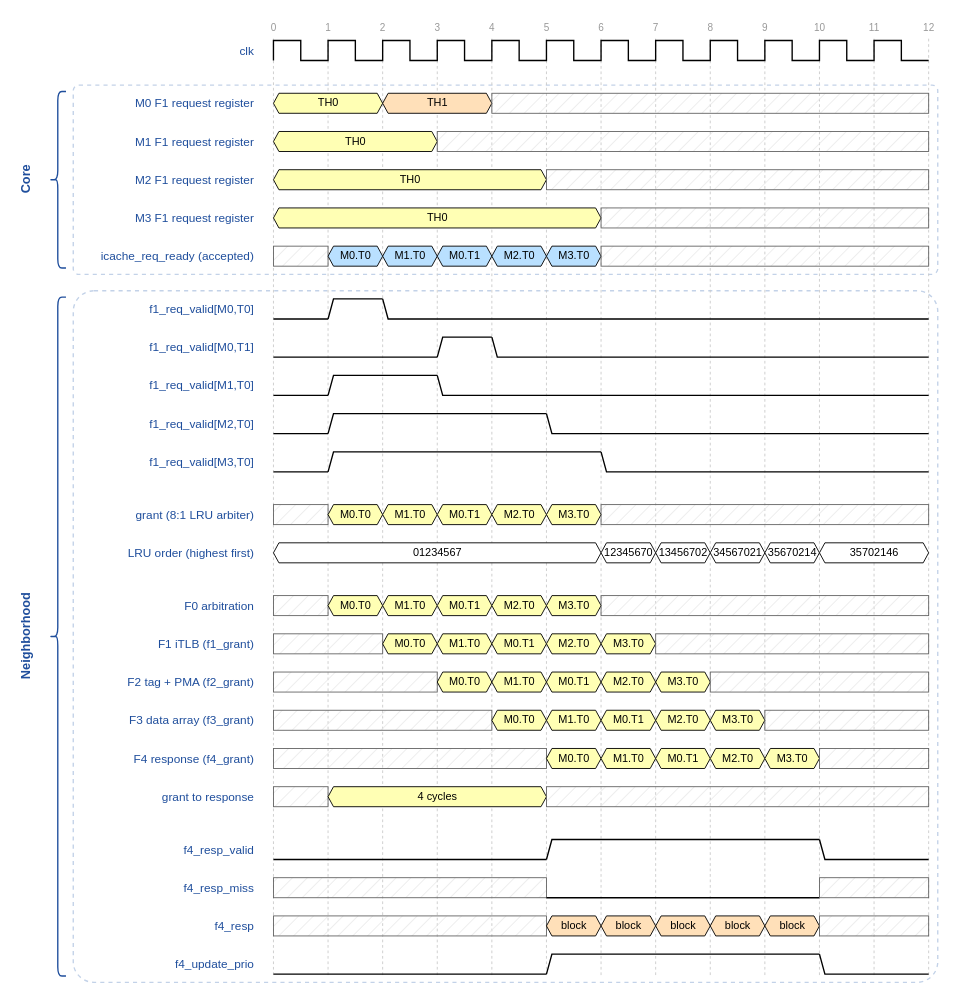
Earlier version of the draw.io diagram docs/uarch_spec/images/ch03/src/td-l0-arb.drawio (10x-Engineers/core-et). Source tidied: cells renumbered, new cells numbered last; positions are measured from the earlier drawing's top-left corner, leaving out a move shared by most shapes. Both pictures are drawn from the tidied source at 91%, with x=0, y=0 at pixel (-314, 15).
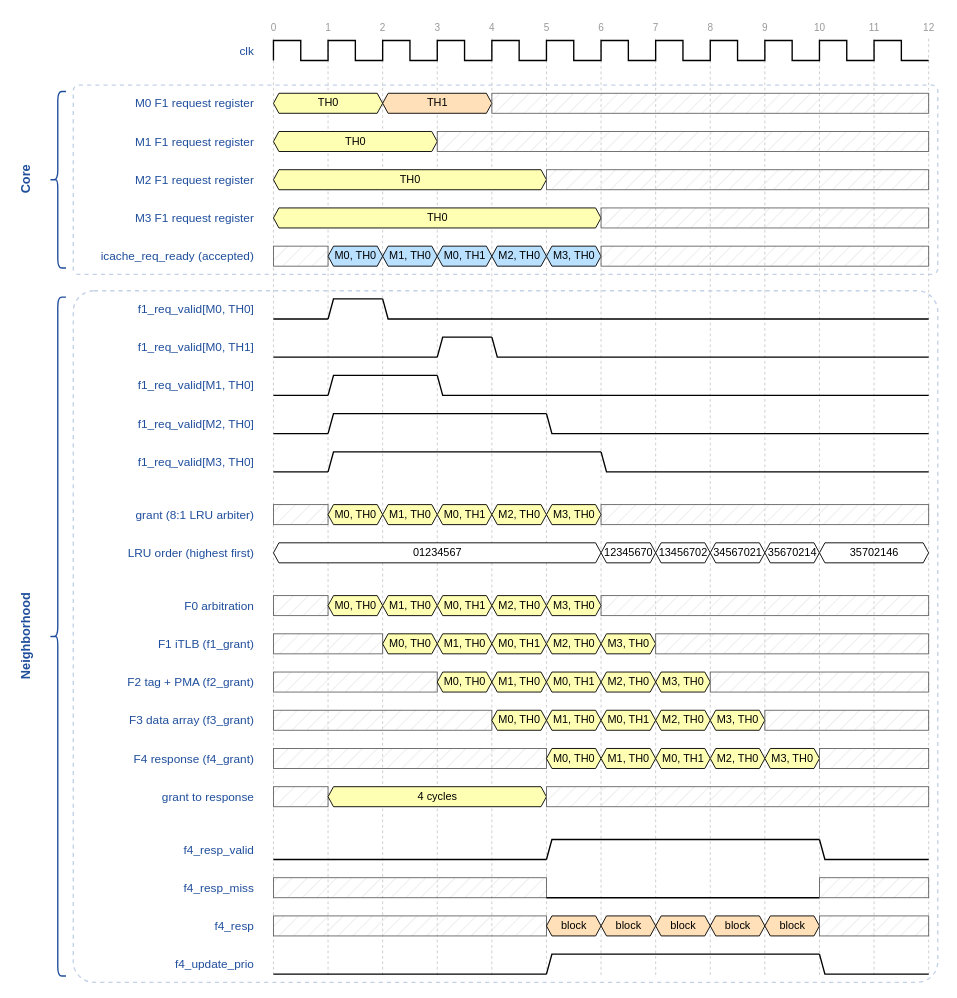
After the change.

Diff of the diagram source:
```diff
@@
-    <mxCell id="51" value="M0.T0" style="shape=hexagon;perimeter=hexagonPerimeter2;size=6;fixedSize=1;html=1;fontSize=12;fillColor=#b9e0ff;strokeColor=#000000;" parent="1" vertex="1">
+    <mxCell id="51" value="M0, TH0" style="shape=hexagon;perimeter=hexagonPerimeter2;size=6;fixedSize=1;html=1;fontSize=12;fillColor=#b9e0ff;strokeColor=#000000;" parent="1" vertex="1">
       <mxGeometry x="705" y="253" width="60" height="22" as="geometry" />
     </mxCell>
-    <mxCell id="52" value="M1.T0" style="shape=hexagon;perimeter=hexagonPerimeter2;size=6;fixedSize=1;html=1;fontSize=12;fillColor=#b9e0ff;strokeColor=#000000;" parent="1" vertex="1">
+    <mxCell id="52" value="M1, TH0" style="shape=hexagon;perimeter=hexagonPerimeter2;size=6;fixedSize=1;html=1;fontSize=12;fillColor=#b9e0ff;strokeColor=#000000;" parent="1" vertex="1">
       <mxGeometry x="765" y="253" width="60" height="22" as="geometry" />
     </mxCell>
-    <mxCell id="53" value="M0.T1" style="shape=hexagon;perimeter=hexagonPerimeter2;size=6;fixedSize=1;html=1;fontSize=12;fillColor=#b9e0ff;strokeColor=#000000;" parent="1" vertex="1">
+    <mxCell id="53" value="M0, TH1" style="shape=hexagon;perimeter=hexagonPerimeter2;size=6;fixedSize=1;html=1;fontSize=12;fillColor=#b9e0ff;strokeColor=#000000;" parent="1" vertex="1">
       <mxGeometry x="825" y="253" width="60" height="22" as="geometry" />
     </mxCell>
-    <mxCell id="54" value="M2.T0" style="shape=hexagon;perimeter=hexagonPerimeter2;size=6;fixedSize=1;html=1;fontSize=12;fillColor=#b9e0ff;strokeColor=#000000;" parent="1" vertex="1">
+    <mxCell id="54" value="M2, TH0" style="shape=hexagon;perimeter=hexagonPerimeter2;size=6;fixedSize=1;html=1;fontSize=12;fillColor=#b9e0ff;strokeColor=#000000;" parent="1" vertex="1">
       <mxGeometry x="885" y="253" width="60" height="22" as="geometry" />
     </mxCell>
-    <mxCell id="55" value="M3.T0" style="shape=hexagon;perimeter=hexagonPerimeter2;size=6;fixedSize=1;html=1;fontSize=12;fillColor=#b9e0ff;strokeColor=#000000;" parent="1" vertex="1">
+    <mxCell id="55" value="M3, TH0" style="shape=hexagon;perimeter=hexagonPerimeter2;size=6;fixedSize=1;html=1;fontSize=12;fillColor=#b9e0ff;strokeColor=#000000;" parent="1" vertex="1">
       <mxGeometry x="945" y="253" width="60" height="22" as="geometry" />
     </mxCell>
@@
-    <mxCell id="57" value="f1_req_valid[M0,T0]" style="text;html=1;align=right;verticalAlign=middle;fontSize=13;fontColor=#1f4e9c;" parent="1" vertex="1">
+    <mxCell id="57" value="f1_req_valid[M0, TH0]" style="text;html=1;align=right;verticalAlign=middle;fontSize=13;fontColor=#1f4e9c;" parent="1" vertex="1">
       <mxGeometry x="435" y="309" width="190" height="26" as="geometry" />
     </mxCell>
@@
-    <mxCell id="61" value="f1_req_valid[M0,T1]" style="text;html=1;align=right;verticalAlign=middle;fontSize=13;fontColor=#1f4e9c;" parent="1" vertex="1">
+    <mxCell id="61" value="f1_req_valid[M0, TH1]" style="text;html=1;align=right;verticalAlign=middle;fontSize=13;fontColor=#1f4e9c;" parent="1" vertex="1">
       <mxGeometry x="435" y="351" width="190" height="26" as="geometry" />
     </mxCell>
@@
-    <mxCell id="65" value="f1_req_valid[M1,T0]" style="text;html=1;align=right;verticalAlign=middle;fontSize=13;fontColor=#1f4e9c;" parent="1" vertex="1">
+    <mxCell id="65" value="f1_req_valid[M1, TH0]" style="text;html=1;align=right;verticalAlign=middle;fontSize=13;fontColor=#1f4e9c;" parent="1" vertex="1">
       <mxGeometry x="435" y="393" width="190" height="26" as="geometry" />
     </mxCell>
@@
-    <mxCell id="69" value="f1_req_valid[M2,T0]" style="text;html=1;align=right;verticalAlign=middle;fontSize=13;fontColor=#1f4e9c;" parent="1" vertex="1">
+    <mxCell id="69" value="f1_req_valid[M2, TH0]" style="text;html=1;align=right;verticalAlign=middle;fontSize=13;fontColor=#1f4e9c;" parent="1" vertex="1">
       <mxGeometry x="435" y="435" width="190" height="26" as="geometry" />
     </mxCell>
@@
-    <mxCell id="73" value="f1_req_valid[M3,T0]" style="text;html=1;align=right;verticalAlign=middle;fontSize=13;fontColor=#1f4e9c;" parent="1" vertex="1">
+    <mxCell id="73" value="f1_req_valid[M3, TH0]" style="text;html=1;align=right;verticalAlign=middle;fontSize=13;fontColor=#1f4e9c;" parent="1" vertex="1">
       <mxGeometry x="435" y="477" width="190" height="26" as="geometry" />
     </mxCell>
@@
-    <mxCell id="79" value="M0.T0" style="shape=hexagon;perimeter=hexagonPerimeter2;size=6;fixedSize=1;html=1;fontSize=12;fillColor=#ffffb4;strokeColor=#000000;" parent="1" vertex="1">
+    <mxCell id="79" value="M0, TH0" style="shape=hexagon;perimeter=hexagonPerimeter2;size=6;fixedSize=1;html=1;fontSize=12;fillColor=#ffffb4;strokeColor=#000000;" parent="1" vertex="1">
       <mxGeometry x="705" y="537" width="60" height="22" as="geometry" />
     </mxCell>
-    <mxCell id="80" value="M1.T0" style="shape=hexagon;perimeter=hexagonPerimeter2;size=6;fixedSize=1;html=1;fontSize=12;fillColor=#ffffb4;strokeColor=#000000;" parent="1" vertex="1">
+    <mxCell id="80" value="M1, TH0" style="shape=hexagon;perimeter=hexagonPerimeter2;size=6;fixedSize=1;html=1;fontSize=12;fillColor=#ffffb4;strokeColor=#000000;" parent="1" vertex="1">
       <mxGeometry x="765" y="537" width="60" height="22" as="geometry" />
     </mxCell>
-    <mxCell id="81" value="M0.T1" style="shape=hexagon;perimeter=hexagonPerimeter2;size=6;fixedSize=1;html=1;fontSize=12;fillColor=#ffffb4;strokeColor=#000000;" parent="1" vertex="1">
+    <mxCell id="81" value="M0, TH1" style="shape=hexagon;perimeter=hexagonPerimeter2;size=6;fixedSize=1;html=1;fontSize=12;fillColor=#ffffb4;strokeColor=#000000;" parent="1" vertex="1">
       <mxGeometry x="825" y="537" width="60" height="22" as="geometry" />
     </mxCell>
-    <mxCell id="82" value="M2.T0" style="shape=hexagon;perimeter=hexagonPerimeter2;size=6;fixedSize=1;html=1;fontSize=12;fillColor=#ffffb4;strokeColor=#000000;" parent="1" vertex="1">
+    <mxCell id="82" value="M2, TH0" style="shape=hexagon;perimeter=hexagonPerimeter2;size=6;fixedSize=1;html=1;fontSize=12;fillColor=#ffffb4;strokeColor=#000000;" parent="1" vertex="1">
       <mxGeometry x="885" y="537" width="60" height="22" as="geometry" />
     </mxCell>
-    <mxCell id="83" value="M3.T0" style="shape=hexagon;perimeter=hexagonPerimeter2;size=6;fixedSize=1;html=1;fontSize=12;fillColor=#ffffb4;strokeColor=#000000;" parent="1" vertex="1">
+    <mxCell id="83" value="M3, TH0" style="shape=hexagon;perimeter=hexagonPerimeter2;size=6;fixedSize=1;html=1;fontSize=12;fillColor=#ffffb4;strokeColor=#000000;" parent="1" vertex="1">
       <mxGeometry x="945" y="537" width="60" height="22" as="geometry" />
     </mxCell>
@@
-    <mxCell id="94" value="M0.T0" style="shape=hexagon;perimeter=hexagonPerimeter2;size=6;fixedSize=1;html=1;fontSize=12;fillColor=#ffffb4;strokeColor=#000000;" parent="1" vertex="1">
+    <mxCell id="94" value="M0, TH0" style="shape=hexagon;perimeter=hexagonPerimeter2;size=6;fixedSize=1;html=1;fontSize=12;fillColor=#ffffb4;strokeColor=#000000;" parent="1" vertex="1">
       <mxGeometry x="705" y="637" width="60" height="22" as="geometry" />
     </mxCell>
-    <mxCell id="95" value="M1.T0" style="shape=hexagon;perimeter=hexagonPerimeter2;size=6;fixedSize=1;html=1;fontSize=12;fillColor=#ffffb4;strokeColor=#000000;" parent="1" vertex="1">
+    <mxCell id="95" value="M1, TH0" style="shape=hexagon;perimeter=hexagonPerimeter2;size=6;fixedSize=1;html=1;fontSize=12;fillColor=#ffffb4;strokeColor=#000000;" parent="1" vertex="1">
       <mxGeometry x="765" y="637" width="60" height="22" as="geometry" />
     </mxCell>
-    <mxCell id="96" value="M0.T1" style="shape=hexagon;perimeter=hexagonPerimeter2;size=6;fixedSize=1;html=1;fontSize=12;fillColor=#ffffb4;strokeColor=#000000;" parent="1" vertex="1">
+    <mxCell id="96" value="M0, TH1" style="shape=hexagon;perimeter=hexagonPerimeter2;size=6;fixedSize=1;html=1;fontSize=12;fillColor=#ffffb4;strokeColor=#000000;" parent="1" vertex="1">
       <mxGeometry x="825" y="637" width="60" height="22" as="geometry" />
     </mxCell>
-    <mxCell id="97" value="M2.T0" style="shape=hexagon;perimeter=hexagonPerimeter2;size=6;fixedSize=1;html=1;fontSize=12;fillColor=#ffffb4;strokeColor=#000000;" parent="1" vertex="1">
+    <mxCell id="97" value="M2, TH0" style="shape=hexagon;perimeter=hexagonPerimeter2;size=6;fixedSize=1;html=1;fontSize=12;fillColor=#ffffb4;strokeColor=#000000;" parent="1" vertex="1">
       <mxGeometry x="885" y="637" width="60" height="22" as="geometry" />
     </mxCell>
-    <mxCell id="98" value="M3.T0" style="shape=hexagon;perimeter=hexagonPerimeter2;size=6;fixedSize=1;html=1;fontSize=12;fillColor=#ffffb4;strokeColor=#000000;" parent="1" vertex="1">
+    <mxCell id="98" value="M3, TH0" style="shape=hexagon;perimeter=hexagonPerimeter2;size=6;fixedSize=1;html=1;fontSize=12;fillColor=#ffffb4;strokeColor=#000000;" parent="1" vertex="1">
       <mxGeometry x="945" y="637" width="60" height="22" as="geometry" />
     </mxCell>
@@
-    <mxCell id="102" value="M0.T0" style="shape=hexagon;perimeter=hexagonPerimeter2;size=6;fixedSize=1;html=1;fontSize=12;fillColor=#ffffb4;strokeColor=#000000;" parent="1" vertex="1">
+    <mxCell id="102" value="M0, TH0" style="shape=hexagon;perimeter=hexagonPerimeter2;size=6;fixedSize=1;html=1;fontSize=12;fillColor=#ffffb4;strokeColor=#000000;" parent="1" vertex="1">
       <mxGeometry x="765" y="679" width="60" height="22" as="geometry" />
     </mxCell>
-    <mxCell id="103" value="M1.T0" style="shape=hexagon;perimeter=hexagonPerimeter2;size=6;fixedSize=1;html=1;fontSize=12;fillColor=#ffffb4;strokeColor=#000000;" parent="1" vertex="1">
+    <mxCell id="103" value="M1, TH0" style="shape=hexagon;perimeter=hexagonPerimeter2;size=6;fixedSize=1;html=1;fontSize=12;fillColor=#ffffb4;strokeColor=#000000;" parent="1" vertex="1">
       <mxGeometry x="825" y="679" width="60" height="22" as="geometry" />
     </mxCell>
-    <mxCell id="104" value="M0.T1" style="shape=hexagon;perimeter=hexagonPerimeter2;size=6;fixedSize=1;html=1;fontSize=12;fillColor=#ffffb4;strokeColor=#000000;" parent="1" vertex="1">
+    <mxCell id="104" value="M0, TH1" style="shape=hexagon;perimeter=hexagonPerimeter2;size=6;fixedSize=1;html=1;fontSize=12;fillColor=#ffffb4;strokeColor=#000000;" parent="1" vertex="1">
       <mxGeometry x="885" y="679" width="60" height="22" as="geometry" />
     </mxCell>
-    <mxCell id="105" value="M2.T0" style="shape=hexagon;perimeter=hexagonPerimeter2;size=6;fixedSize=1;html=1;fontSize=12;fillColor=#ffffb4;strokeColor=#000000;" parent="1" vertex="1">
+    <mxCell id="105" value="M2, TH0" style="shape=hexagon;perimeter=hexagonPerimeter2;size=6;fixedSize=1;html=1;fontSize=12;fillColor=#ffffb4;strokeColor=#000000;" parent="1" vertex="1">
       <mxGeometry x="945" y="679" width="60" height="22" as="geometry" />
     </mxCell>
-    <mxCell id="106" value="M3.T0" style="shape=hexagon;perimeter=hexagonPerimeter2;size=6;fixedSize=1;html=1;fontSize=12;fillColor=#ffffb4;strokeColor=#000000;" parent="1" vertex="1">
+    <mxCell id="106" value="M3, TH0" style="shape=hexagon;perimeter=hexagonPerimeter2;size=6;fixedSize=1;html=1;fontSize=12;fillColor=#ffffb4;strokeColor=#000000;" parent="1" vertex="1">
       <mxGeometry x="1005" y="679" width="60" height="22" as="geometry" />
     </mxCell>
@@
-    <mxCell id="110" value="M0.T0" style="shape=hexagon;perimeter=hexagonPerimeter2;size=6;fixedSize=1;html=1;fontSize=12;fillColor=#ffffb4;strokeColor=#000000;" parent="1" vertex="1">
+    <mxCell id="110" value="M0, TH0" style="shape=hexagon;perimeter=hexagonPerimeter2;size=6;fixedSize=1;html=1;fontSize=12;fillColor=#ffffb4;strokeColor=#000000;" parent="1" vertex="1">
       <mxGeometry x="825" y="721" width="60" height="22" as="geometry" />
     </mxCell>
-    <mxCell id="111" value="M1.T0" style="shape=hexagon;perimeter=hexagonPerimeter2;size=6;fixedSize=1;html=1;fontSize=12;fillColor=#ffffb4;strokeColor=#000000;" parent="1" vertex="1">
+    <mxCell id="111" value="M1, TH0" style="shape=hexagon;perimeter=hexagonPerimeter2;size=6;fixedSize=1;html=1;fontSize=12;fillColor=#ffffb4;strokeColor=#000000;" parent="1" vertex="1">
       <mxGeometry x="885" y="721" width="60" height="22" as="geometry" />
     </mxCell>
-    <mxCell id="112" value="M0.T1" style="shape=hexagon;perimeter=hexagonPerimeter2;size=6;fixedSize=1;html=1;fontSize=12;fillColor=#ffffb4;strokeColor=#000000;" parent="1" vertex="1">
+    <mxCell id="112" value="M0, TH1" style="shape=hexagon;perimeter=hexagonPerimeter2;size=6;fixedSize=1;html=1;fontSize=12;fillColor=#ffffb4;strokeColor=#000000;" parent="1" vertex="1">
       <mxGeometry x="945" y="721" width="60" height="22" as="geometry" />
     </mxCell>
-    <mxCell id="113" value="M2.T0" style="shape=hexagon;perimeter=hexagonPerimeter2;size=6;fixedSize=1;html=1;fontSize=12;fillColor=#ffffb4;strokeColor=#000000;" parent="1" vertex="1">
+    <mxCell id="113" value="M2, TH0" style="shape=hexagon;perimeter=hexagonPerimeter2;size=6;fixedSize=1;html=1;fontSize=12;fillColor=#ffffb4;strokeColor=#000000;" parent="1" vertex="1">
       <mxGeometry x="1005" y="721" width="60" height="22" as="geometry" />
     </mxCell>
-    <mxCell id="114" value="M3.T0" style="shape=hexagon;perimeter=hexagonPerimeter2;size=6;fixedSize=1;html=1;fontSize=12;fillColor=#ffffb4;strokeColor=#000000;" parent="1" vertex="1">
+    <mxCell id="114" value="M3, TH0" style="shape=hexagon;perimeter=hexagonPerimeter2;size=6;fixedSize=1;html=1;fontSize=12;fillColor=#ffffb4;strokeColor=#000000;" parent="1" vertex="1">
       <mxGeometry x="1065" y="721" width="60" height="22" as="geometry" />
     </mxCell>
@@
-    <mxCell id="118" value="M0.T0" style="shape=hexagon;perimeter=hexagonPerimeter2;size=6;fixedSize=1;html=1;fontSize=12;fillColor=#ffffb4;strokeColor=#000000;" parent="1" vertex="1">
+    <mxCell id="118" value="M0, TH0" style="shape=hexagon;perimeter=hexagonPerimeter2;size=6;fixedSize=1;html=1;fontSize=12;fillColor=#ffffb4;strokeColor=#000000;" parent="1" vertex="1">
       <mxGeometry x="885" y="763" width="60" height="22" as="geometry" />
     </mxCell>
-    <mxCell id="119" value="M1.T0" style="shape=hexagon;perimeter=hexagonPerimeter2;size=6;fixedSize=1;html=1;fontSize=12;fillColor=#ffffb4;strokeColor=#000000;" parent="1" vertex="1">
+    <mxCell id="119" value="M1, TH0" style="shape=hexagon;perimeter=hexagonPerimeter2;size=6;fixedSize=1;html=1;fontSize=12;fillColor=#ffffb4;strokeColor=#000000;" parent="1" vertex="1">
       <mxGeometry x="945" y="763" width="60" height="22" as="geometry" />
     </mxCell>
-    <mxCell id="120" value="M0.T1" style="shape=hexagon;perimeter=hexagonPerimeter2;size=6;fixedSize=1;html=1;fontSize=12;fillColor=#ffffb4;strokeColor=#000000;" parent="1" vertex="1">
+    <mxCell id="120" value="M0, TH1" style="shape=hexagon;perimeter=hexagonPerimeter2;size=6;fixedSize=1;html=1;fontSize=12;fillColor=#ffffb4;strokeColor=#000000;" parent="1" vertex="1">
       <mxGeometry x="1005" y="763" width="60" height="22" as="geometry" />
     </mxCell>
-    <mxCell id="121" value="M2.T0" style="shape=hexagon;perimeter=hexagonPerimeter2;size=6;fixedSize=1;html=1;fontSize=12;fillColor=#ffffb4;strokeColor=#000000;" parent="1" vertex="1">
+    <mxCell id="121" value="M2, TH0" style="shape=hexagon;perimeter=hexagonPerimeter2;size=6;fixedSize=1;html=1;fontSize=12;fillColor=#ffffb4;strokeColor=#000000;" parent="1" vertex="1">
       <mxGeometry x="1065" y="763" width="60" height="22" as="geometry" />
     </mxCell>
-    <mxCell id="122" value="M3.T0" style="shape=hexagon;perimeter=hexagonPerimeter2;size=6;fixedSize=1;html=1;fontSize=12;fillColor=#ffffb4;strokeColor=#000000;" parent="1" vertex="1">
+    <mxCell id="122" value="M3, TH0" style="shape=hexagon;perimeter=hexagonPerimeter2;size=6;fixedSize=1;html=1;fontSize=12;fillColor=#ffffb4;strokeColor=#000000;" parent="1" vertex="1">
       <mxGeometry x="1125" y="763" width="60" height="22" as="geometry" />
     </mxCell>
@@
-    <mxCell id="126" value="M0.T0" style="shape=hexagon;perimeter=hexagonPerimeter2;size=6;fixedSize=1;html=1;fontSize=12;fillColor=#ffffb4;strokeColor=#000000;" parent="1" vertex="1">
+    <mxCell id="126" value="M0, TH0" style="shape=hexagon;perimeter=hexagonPerimeter2;size=6;fixedSize=1;html=1;fontSize=12;fillColor=#ffffb4;strokeColor=#000000;" parent="1" vertex="1">
       <mxGeometry x="945" y="805" width="60" height="22" as="geometry" />
     </mxCell>
-    <mxCell id="127" value="M1.T0" style="shape=hexagon;perimeter=hexagonPerimeter2;size=6;fixedSize=1;html=1;fontSize=12;fillColor=#ffffb4;strokeColor=#000000;" parent="1" vertex="1">
+    <mxCell id="127" value="M1, TH0" style="shape=hexagon;perimeter=hexagonPerimeter2;size=6;fixedSize=1;html=1;fontSize=12;fillColor=#ffffb4;strokeColor=#000000;" parent="1" vertex="1">
       <mxGeometry x="1005" y="805" width="60" height="22" as="geometry" />
     </mxCell>
-    <mxCell id="128" value="M0.T1" style="shape=hexagon;perimeter=hexagonPerimeter2;size=6;fixedSize=1;html=1;fontSize=12;fillColor=#ffffb4;strokeColor=#000000;" parent="1" vertex="1">
+    <mxCell id="128" value="M0, TH1" style="shape=hexagon;perimeter=hexagonPerimeter2;size=6;fixedSize=1;html=1;fontSize=12;fillColor=#ffffb4;strokeColor=#000000;" parent="1" vertex="1">
       <mxGeometry x="1065" y="805" width="60" height="22" as="geometry" />
     </mxCell>
-    <mxCell id="129" value="M2.T0" style="shape=hexagon;perimeter=hexagonPerimeter2;size=6;fixedSize=1;html=1;fontSize=12;fillColor=#ffffb4;strokeColor=#000000;" parent="1" vertex="1">
+    <mxCell id="129" value="M2, TH0" style="shape=hexagon;perimeter=hexagonPerimeter2;size=6;fixedSize=1;html=1;fontSize=12;fillColor=#ffffb4;strokeColor=#000000;" parent="1" vertex="1">
       <mxGeometry x="1125" y="805" width="60" height="22" as="geometry" />
     </mxCell>
-    <mxCell id="130" value="M3.T0" style="shape=hexagon;perimeter=hexagonPerimeter2;size=6;fixedSize=1;html=1;fontSize=12;fillColor=#ffffb4;strokeColor=#000000;" parent="1" vertex="1">
+    <mxCell id="130" value="M3, TH0" style="shape=hexagon;perimeter=hexagonPerimeter2;size=6;fixedSize=1;html=1;fontSize=12;fillColor=#ffffb4;strokeColor=#000000;" parent="1" vertex="1">
       <mxGeometry x="1185" y="805" width="60" height="22" as="geometry" />
     </mxCell>
```
